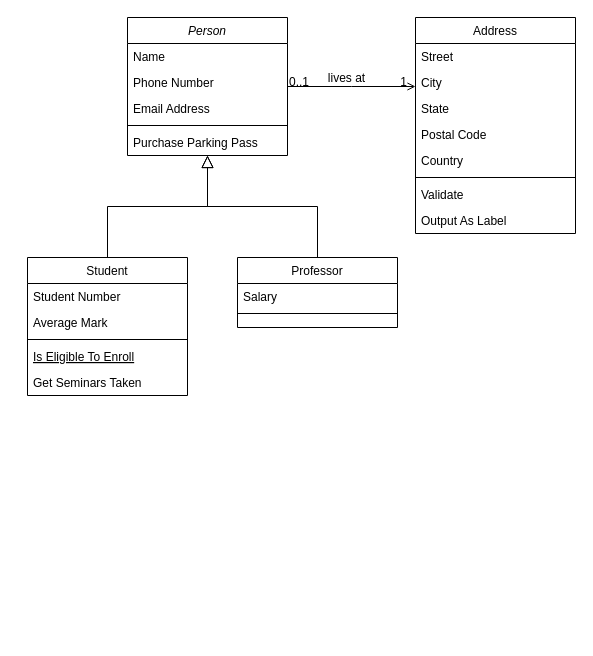
Earlier version of the draw.io diagram page "Page-1" (1 of 4) of Untitled Diagram.drawio (HanhND2/assignment-03-class-sequence-diagram-). Source tidied: cells renumbered, new cells numbered last; positions are measured from the earlier drawing's top-left corner, leaving out a move shared by most shapes. Both pictures are drawn from the tidied source at 100%, with x=0, y=0 at pixel (27, 17).
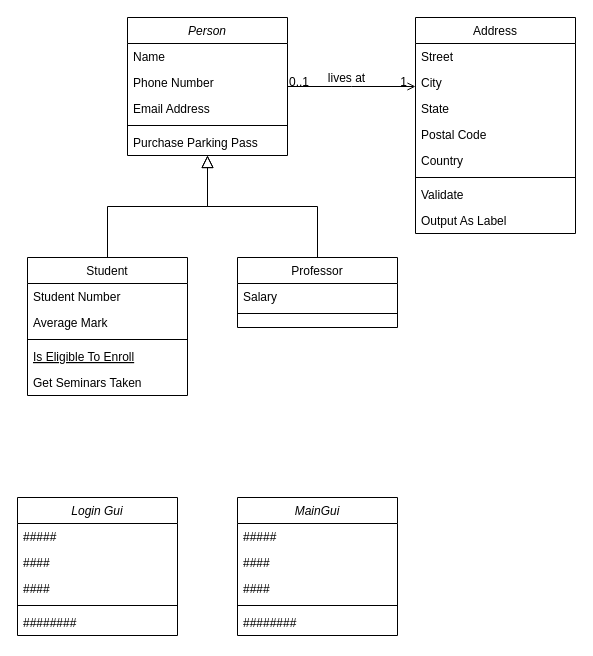
The same diagram, later.

What changed in the source:
```diff
@@
+    <mxCell id="32" value="Login Gui&#10;" style="swimlane;fontStyle=2;align=center;verticalAlign=top;horizontal=1;startSize=26;rounded=0;shadow=0;strokeWidth=1;" parent="1" vertex="1">
+      <mxGeometry x="-10" y="480" width="160" height="138" as="geometry" />
+    </mxCell>
+    <mxCell id="33" value="#####" style="text;align=left;verticalAlign=top;spacingLeft=4;spacingRight=4;overflow=hidden;" parent="32" vertex="1">
+      <mxGeometry y="26" width="160" height="26" as="geometry" />
+    </mxCell>
+    <mxCell id="34" value="####" style="text;align=left;verticalAlign=top;spacingLeft=4;spacingRight=4;overflow=hidden;rounded=0;shadow=0;html=0;" parent="32" vertex="1">
+      <mxGeometry y="52" width="160" height="26" as="geometry" />
+    </mxCell>
+    <mxCell id="35" value="####" style="text;align=left;verticalAlign=top;spacingLeft=4;spacingRight=4;overflow=hidden;rounded=0;shadow=0;html=0;" parent="32" vertex="1">
+      <mxGeometry y="78" width="160" height="26" as="geometry" />
+    </mxCell>
+    <mxCell id="36" style="line;html=1;strokeWidth=1;align=left;verticalAlign=middle;spacingTop=-1;spacingLeft=3;spacingRight=3;labelPosition=right;" parent="32" vertex="1">
+      <mxGeometry y="104" width="160" height="8" as="geometry" />
+    </mxCell>
+    <mxCell id="37" value="########" style="text;align=left;verticalAlign=top;spacingLeft=4;spacingRight=4;overflow=hidden;" parent="32" vertex="1">
+      <mxGeometry y="112" width="160" height="26" as="geometry" />
+    </mxCell>
+    <mxCell id="38" value="MainGui&#10;" style="swimlane;fontStyle=2;align=center;verticalAlign=top;horizontal=1;startSize=26;rounded=0;shadow=0;strokeWidth=1;" parent="1" vertex="1">
+      <mxGeometry x="210" y="480" width="160" height="138" as="geometry" />
+    </mxCell>
+    <mxCell id="39" value="#####" style="text;align=left;verticalAlign=top;spacingLeft=4;spacingRight=4;overflow=hidden;" parent="38" vertex="1">
+      <mxGeometry y="26" width="160" height="26" as="geometry" />
+    </mxCell>
+    <mxCell id="40" value="####" style="text;align=left;verticalAlign=top;spacingLeft=4;spacingRight=4;overflow=hidden;rounded=0;shadow=0;html=0;" parent="38" vertex="1">
+      <mxGeometry y="52" width="160" height="26" as="geometry" />
+    </mxCell>
+    <mxCell id="41" value="####" style="text;align=left;verticalAlign=top;spacingLeft=4;spacingRight=4;overflow=hidden;rounded=0;shadow=0;html=0;" parent="38" vertex="1">
+      <mxGeometry y="78" width="160" height="26" as="geometry" />
+    </mxCell>
+    <mxCell id="42" style="line;html=1;strokeWidth=1;align=left;verticalAlign=middle;spacingTop=-1;spacingLeft=3;spacingRight=3;labelPosition=right;" parent="38" vertex="1">
+      <mxGeometry y="104" width="160" height="8" as="geometry" />
+    </mxCell>
+    <mxCell id="43" value="########" style="text;align=left;verticalAlign=top;spacingLeft=4;spacingRight=4;overflow=hidden;" parent="38" vertex="1">
+      <mxGeometry y="112" width="160" height="26" as="geometry" />
+    </mxCell>
```
